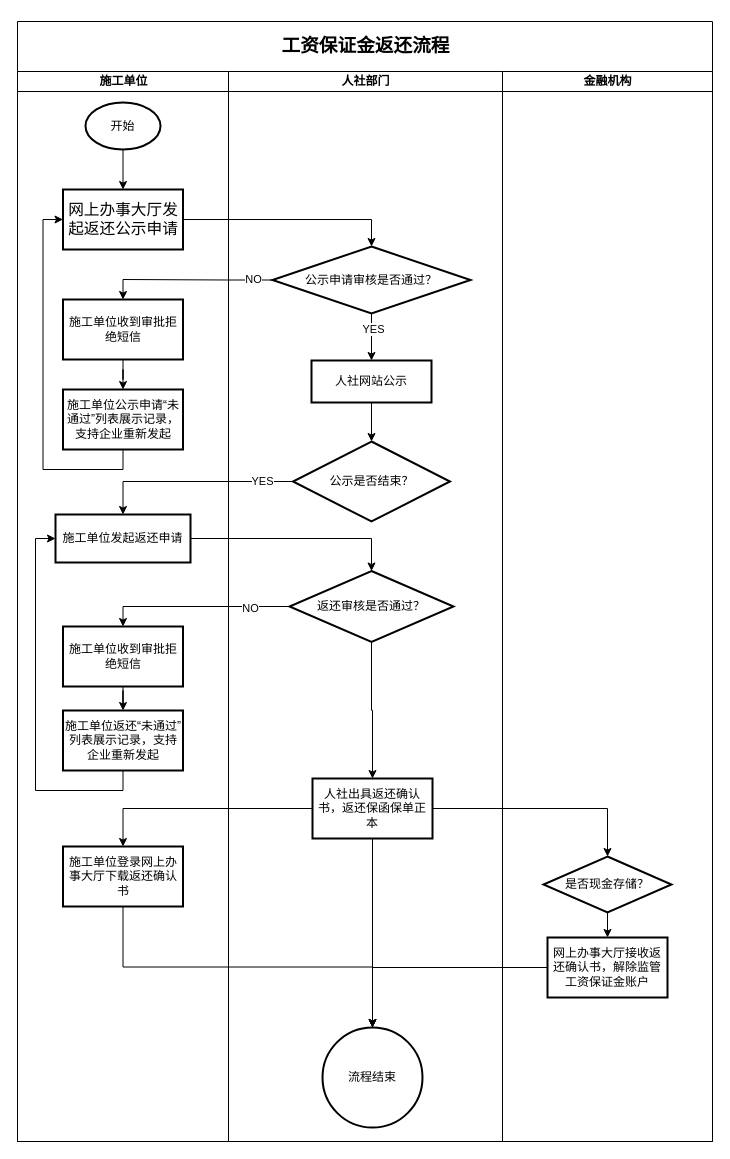
Before: page "工资保证金返还流程" (4 of 4) of 农民工工资详细设计流程图.drawio in coderjbin/drawio, a draw.io diagram. Source tidied: cells renumbered, new cells numbered last; positions are measured from the earlier drawing's top-left corner, leaving out a move shared by most shapes. Both pictures are drawn from the tidied source at 100%, with x=0, y=0 at pixel (17, 21).
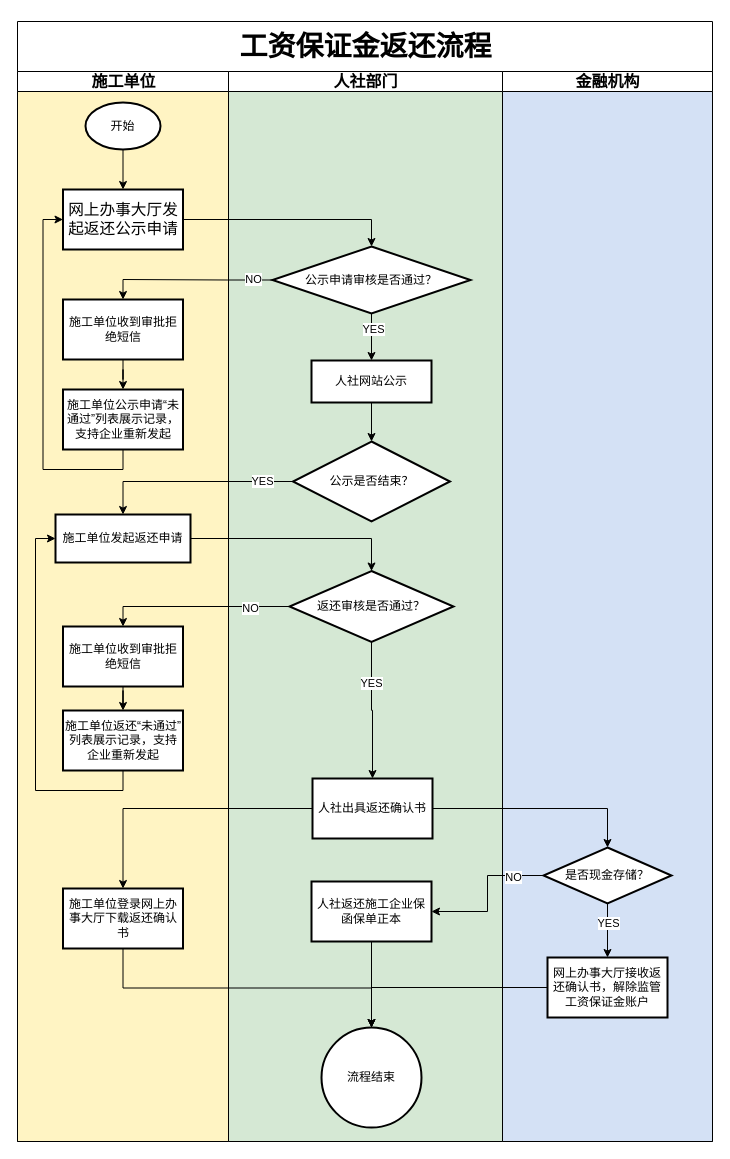
The same diagram, later.

Unchanged cells that the change refers to:
```xml
<mxCell id="24" style="edgeStyle=orthogonalEdgeStyle;rounded=0;jettySize=auto;html=1;" parent="17" edge="1" source="25" target="26">
  <mxGeometry relative="1" as="geometry" />
</mxCell>
```

What changed in the source:
```diff
@@
-    <mxCell id="2" value="&lt;p style=&quot;text-align:left;&quot; class=&quot;MsoNormal&quot;&gt;&lt;b&gt;&lt;span style=&quot;font-family: 方正仿宋_GB2312; font-size: 14pt;&quot;&gt;工资保证金返还流程&lt;/span&gt;&lt;/b&gt;&lt;b&gt;&lt;span style=&quot;font-family: 方正仿宋_GB2312; font-size: 14pt;&quot;&gt;&lt;/span&gt;&lt;/b&gt;&lt;/p&gt;" style="swimlane;startSize=50;html=1;" parent="1" vertex="1">
+    <mxCell id="2" value="&lt;p style=&quot;text-align:left;&quot; class=&quot;MsoNormal&quot;&gt;&lt;b&gt;&lt;span style=&quot;font-family: 方正仿宋_GB2312;&quot;&gt;&lt;font style=&quot;font-size: 28px;&quot;&gt;工资保证金返还流程&lt;/font&gt;&lt;/span&gt;&lt;/b&gt;&lt;b&gt;&lt;span style=&quot;font-family: 方正仿宋_GB2312; font-size: 14pt;&quot;&gt;&lt;/span&gt;&lt;/b&gt;&lt;/p&gt;" style="swimlane;startSize=50;html=1;" parent="1" vertex="1">
       <mxGeometry width="695" height="1120" as="geometry" />
     </mxCell>
-    <mxCell id="3" value="施工单位" style="swimlane;startSize=20;html=1;" parent="2" vertex="1">
+    <mxCell id="3" value="施工单位" style="swimlane;startSize=20;html=1;swimlaneFillColor=#FFF4C3;fontSize=16;" parent="2" vertex="1">
       <mxGeometry y="50" width="211" height="1070" as="geometry" />
     </mxCell>
@@
     <mxCell id="16" value="施工单位登录网上办事大厅下载返还确认书" style="whiteSpace=wrap;html=1;strokeWidth=2;" parent="3" vertex="1">
-      <mxGeometry x="45.5" y="775" width="120" height="60" as="geometry" />
+      <mxGeometry x="45.5" y="817" width="120" height="60" as="geometry" />
     </mxCell>
-    <mxCell id="17" value="人社部门" style="swimlane;startSize=20;html=1;" parent="2" vertex="1">
+    <mxCell id="17" value="人社部门" style="swimlane;startSize=20;html=1;swimlaneFillColor=#D5E8D4;fontSize=16;" parent="2" vertex="1">
       <mxGeometry x="211" y="50" width="274" height="1070" as="geometry" />
     </mxCell>
@@
+    <mxCell id="45" value="YES" style="edgeLabel;html=1;align=center;verticalAlign=middle;" parent="24" vertex="1">
+      <mxGeometry x="-0.41" y="-1" relative="1" as="geometry" />
+    </mxCell>
@@
-    <mxCell id="26" value="人社出具返还确认书，返还保函保单正本" style="whiteSpace=wrap;html=1;strokeWidth=2;" parent="17" vertex="1">
+    <mxCell id="26" value="人社出具返还确认书" style="whiteSpace=wrap;html=1;strokeWidth=2;" parent="17" vertex="1">
       <mxGeometry x="84" y="707" width="120" height="60" as="geometry" />
     </mxCell>
     <mxCell id="27" value="流程结束" style="strokeWidth=2;html=1;shape=mxgraph.flowchart.start_2;whiteSpace=wrap;" parent="17" vertex="1">
-      <mxGeometry x="94" y="956" width="100" height="100" as="geometry" />
+      <mxGeometry x="93" y="956" width="100" height="100" as="geometry" />
     </mxCell>
-    <mxCell id="28" style="edgeStyle=orthogonalEdgeStyle;rounded=0;jettySize=auto;html=1;entryX=0.5;entryY=0;entryDx=0;entryDy=0;entryPerimeter=0;" parent="17" edge="1" source="26" target="27">
+    <mxCell id="28" style="edgeStyle=orthogonalEdgeStyle;rounded=0;jettySize=auto;html=1;entryX=0.5;entryY=0;entryDx=0;entryDy=0;entryPerimeter=0;exitX=0.5;exitY=1;exitDx=0;exitDy=0;" parent="17" edge="1" source="46" target="27">
       <mxGeometry relative="1" as="geometry" />
     </mxCell>
-    <mxCell id="29" value="金融机构" style="swimlane;startSize=20;html=1;" parent="2" vertex="1">
-      <mxGeometry x="485" y="50" width="210" height="1070" as="geometry" />
-    </mxCell>
-    <mxCell id="30" style="edgeStyle=orthogonalEdgeStyle;rounded=0;jettySize=auto;html=1;" parent="29" edge="1" source="31" target="32">
-      <mxGeometry relative="1" as="geometry" />
-    </mxCell>
-    <mxCell id="31" value="是否现金存储？" style="rhombus;whiteSpace=wrap;html=1;strokeWidth=2;" parent="29" vertex="1">
-      <mxGeometry x="41" y="785" width="128" height="56" as="geometry" />
-    </mxCell>
-    <mxCell id="32" value="网上办事大厅接收返还确认书，解除监管工资保证金账户" style="whiteSpace=wrap;html=1;strokeWidth=2;" parent="29" vertex="1">
-      <mxGeometry x="45" y="866" width="120" height="60" as="geometry" />
-    </mxCell>
+    <mxCell id="46" value="人社返还施工企业保函保单正本" style="whiteSpace=wrap;html=1;strokeWidth=2;" parent="17" vertex="1">
+      <mxGeometry x="83" y="810" width="120" height="60" as="geometry" />
+    </mxCell>
@@
+    <mxCell id="43" style="edgeStyle=orthogonalEdgeStyle;rounded=0;jettySize=auto;html=1;entryX=0.5;entryY=0;entryDx=0;entryDy=0;entryPerimeter=0;exitX=0.5;exitY=1;exitDx=0;exitDy=0;" parent="2" edge="1" source="16" target="27">
+      <mxGeometry relative="1" as="geometry" />
+    </mxCell>
+    <mxCell id="29" value="金融机构" style="swimlane;startSize=20;html=1;swimlaneFillColor=#D4E1F5;fontSize=16;" parent="2" vertex="1">
+      <mxGeometry x="485" y="50" width="210" height="1070" as="geometry" />
+    </mxCell>
+    <mxCell id="30" style="edgeStyle=orthogonalEdgeStyle;rounded=0;jettySize=auto;html=1;" parent="29" edge="1" source="31" target="32">
+      <mxGeometry relative="1" as="geometry" />
+    </mxCell>
+    <mxCell id="47" value="YES" style="edgeLabel;html=1;align=center;verticalAlign=middle;" parent="30" vertex="1">
+      <mxGeometry x="-0.29" relative="1" as="geometry" />
+    </mxCell>
+    <mxCell id="31" value="是否现金存储？" style="rhombus;whiteSpace=wrap;html=1;strokeWidth=2;" parent="29" vertex="1">
+      <mxGeometry x="41" y="776" width="128" height="56" as="geometry" />
+    </mxCell>
+    <mxCell id="32" value="网上办事大厅接收返还确认书，解除监管工资保证金账户" style="whiteSpace=wrap;html=1;strokeWidth=2;" parent="29" vertex="1">
+      <mxGeometry x="45" y="886" width="120" height="60" as="geometry" />
+    </mxCell>
+    <mxCell id="48" style="edgeStyle=orthogonalEdgeStyle;rounded=0;jettySize=auto;html=1;" parent="2" edge="1" source="31" target="46">
+      <mxGeometry relative="1" as="geometry" />
+    </mxCell>
+    <mxCell id="49" value="NO" style="edgeLabel;html=1;align=center;verticalAlign=middle;" parent="48" vertex="1">
+      <mxGeometry x="-0.58" y="1" relative="1" as="geometry" />
+    </mxCell>
-    <mxCell id="42" style="edgeStyle=orthogonalEdgeStyle;rounded=0;jettySize=auto;html=1;" parent="2" edge="1" source="26" target="31">
+    <mxCell id="42" style="edgeStyle=orthogonalEdgeStyle;rounded=0;jettySize=auto;html=1;entryX=0.5;entryY=0;entryDx=0;entryDy=0;" parent="2" edge="1" source="26" target="31">
       <mxGeometry relative="1" as="geometry" />
     </mxCell>
-    <mxCell id="43" style="edgeStyle=orthogonalEdgeStyle;rounded=0;jettySize=auto;html=1;entryX=0.5;entryY=0;entryDx=0;entryDy=0;entryPerimeter=0;exitX=0.5;exitY=1;exitDx=0;exitDy=0;" parent="2" edge="1" source="16" target="27">
-      <mxGeometry relative="1" as="geometry" />
-    </mxCell>
```
